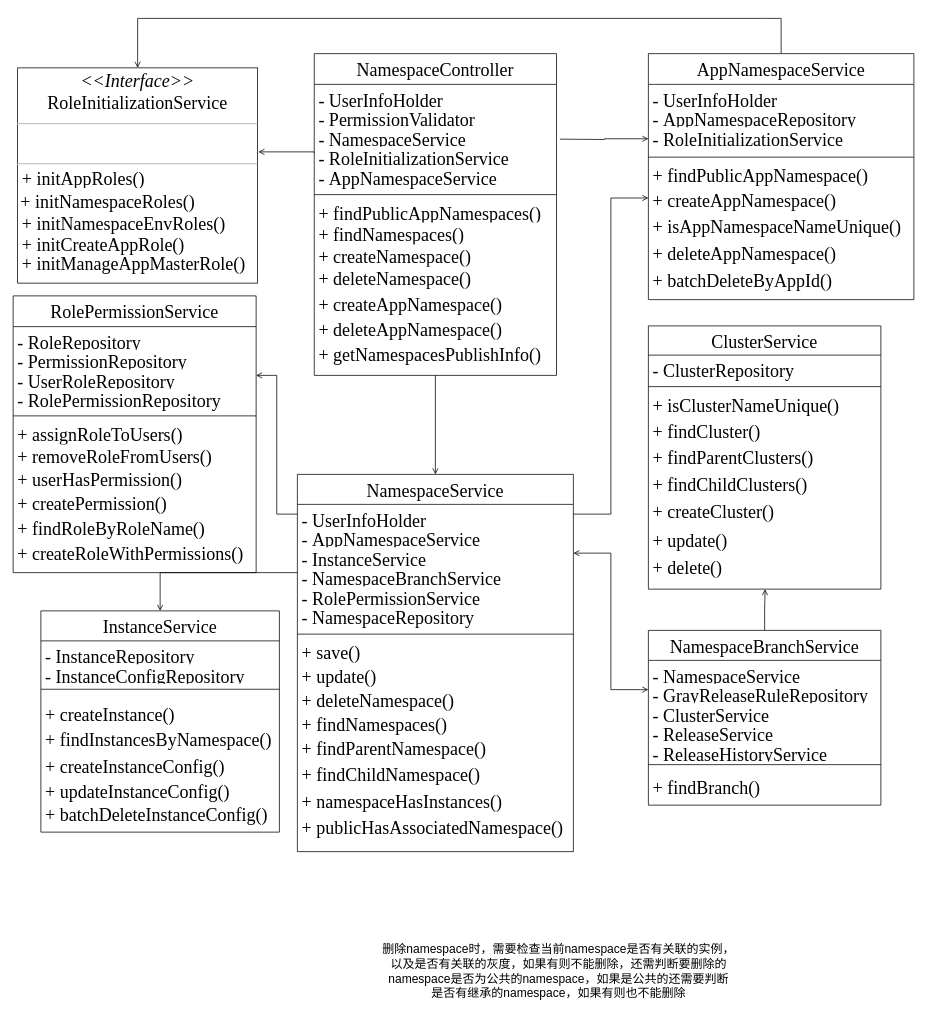
Above: page "namespace" (4 of 12) of Untitled Diagram.drawio in WWj5921/ConfigCenter (draw.io), before the change. Source tidied: cells renumbered, new cells numbered last; positions are measured from the earlier drawing's top-left corner, leaving out a move shared by most shapes. Both pictures are drawn from the tidied source at 75%, with x=0, y=0 at pixel (13, 18).
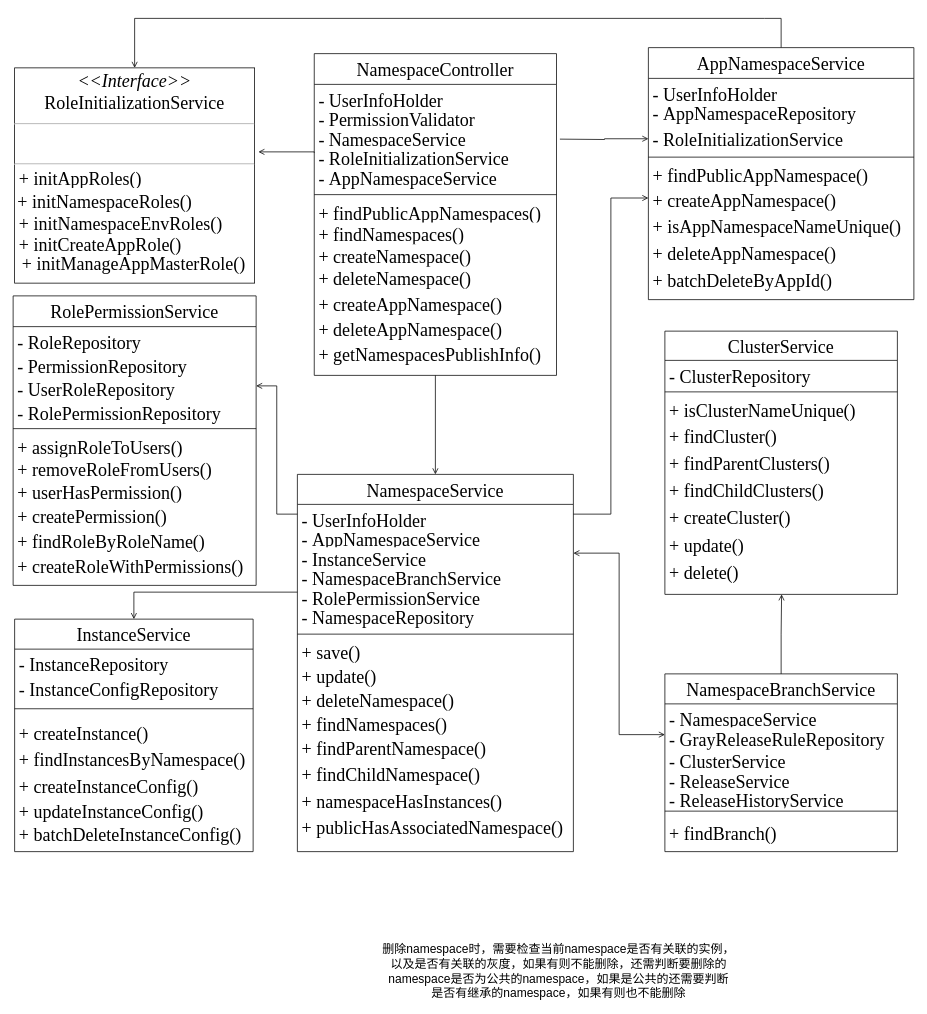
Above is the later version.

The change refers to these unchanged cells:
```xml
<mxCell id="21" value="- NamespaceBranchService" style="text;strokeColor=none;fillColor=none;align=left;verticalAlign=top;spacingLeft=4;spacingRight=4;overflow=hidden;points=[[0,0.5],[1,0.5]];portConstraint=eastwest;fontSize=24;fontFamily=Times New Roman;" parent="17" vertex="1">
  <mxGeometry y="118" width="368" height="26" as="geometry" />
</mxCell>
<mxCell id="22" value="- RolePermissionService" style="text;strokeColor=none;fillColor=none;align=left;verticalAlign=top;spacingLeft=4;spacingRight=4;overflow=hidden;points=[[0,0.5],[1,0.5]];portConstraint=eastwest;fontSize=24;fontFamily=Times New Roman;" parent="17" vertex="1">
  <mxGeometry y="144" width="368" height="26" as="geometry" />
</mxCell>
```

What changed in the source:
```diff
@@
     <mxCell id="34" value="AppNamespaceService" style="swimlane;fontStyle=0;align=center;verticalAlign=top;horizontal=1;startSize=41;fontSize=24;fontFamily=Times New Roman;" parent="1" vertex="1">
-      <mxGeometry x="847" y="47" width="354" height="328" as="geometry" />
+      <mxGeometry x="847" y="39" width="354" height="336" as="geometry" />
     </mxCell>
@@
     <mxCell id="36" value="- AppNamespaceRepository" style="text;strokeColor=none;fillColor=none;align=left;verticalAlign=top;spacingLeft=4;spacingRight=4;overflow=hidden;fontSize=24;fontFamily=Times New Roman;" parent="34" vertex="1">
-      <mxGeometry y="67" width="354" height="26" as="geometry" />
+      <mxGeometry y="67" width="354" height="34" as="geometry" />
     </mxCell>
     <mxCell id="37" value="- RoleInitializationService" style="text;strokeColor=none;fillColor=none;align=left;verticalAlign=top;spacingLeft=4;spacingRight=4;overflow=hidden;points=[[0,0.5],[1,0.5]];portConstraint=eastwest;fontSize=24;fontFamily=Times New Roman;" parent="34" vertex="1">
-      <mxGeometry y="93" width="354" height="41" as="geometry" />
+      <mxGeometry y="101" width="354" height="41" as="geometry" />
     </mxCell>
     <mxCell id="38" style="line;strokeWidth=1;fillColor=none;align=left;verticalAlign=middle;spacingTop=-1;spacingLeft=3;spacingRight=3;labelPosition=right;fontSize=24;fontFamily=Times New Roman;" parent="34" vertex="1">
-      <mxGeometry y="134" width="354" height="8" as="geometry" />
+      <mxGeometry y="142" width="354" height="8" as="geometry" />
     </mxCell>
     <mxCell id="39" value="+ findPublicAppNamespace()" style="text;strokeColor=none;fillColor=none;align=left;verticalAlign=top;spacingLeft=4;spacingRight=4;overflow=hidden;fontSize=24;fontFamily=Times New Roman;" parent="34" vertex="1">
-      <mxGeometry y="142" width="354" height="33" as="geometry" />
+      <mxGeometry y="150" width="354" height="33" as="geometry" />
     </mxCell>
     <mxCell id="40" value="+ createAppNamespace()" style="text;strokeColor=none;fillColor=none;align=left;verticalAlign=top;spacingLeft=4;spacingRight=4;overflow=hidden;points=[[0,0.5],[1,0.5]];portConstraint=eastwest;fontSize=24;fontFamily=Times New Roman;" parent="34" vertex="1">
-      <mxGeometry y="175" width="354" height="35" as="geometry" />
+      <mxGeometry y="183" width="354" height="35" as="geometry" />
     </mxCell>
     <mxCell id="41" value="+ isAppNamespaceNameUnique()" style="text;strokeColor=none;fillColor=none;align=left;verticalAlign=top;spacingLeft=4;spacingRight=4;overflow=hidden;fontSize=24;fontFamily=Times New Roman;" parent="34" vertex="1">
-      <mxGeometry y="210" width="354" height="35" as="geometry" />
+      <mxGeometry y="218" width="354" height="35" as="geometry" />
     </mxCell>
     <mxCell id="42" value="+ deleteAppNamespace()" style="text;strokeColor=none;fillColor=none;align=left;verticalAlign=top;spacingLeft=4;spacingRight=4;overflow=hidden;fontSize=24;fontFamily=Times New Roman;" parent="34" vertex="1">
-      <mxGeometry y="245" width="354" height="37" as="geometry" />
+      <mxGeometry y="253" width="354" height="37" as="geometry" />
     </mxCell>
     <mxCell id="43" value="+ batchDeleteByAppId()" style="text;strokeColor=none;fillColor=none;align=left;verticalAlign=top;spacingLeft=4;spacingRight=4;overflow=hidden;fontSize=24;fontFamily=Times New Roman;" parent="34" vertex="1">
-      <mxGeometry y="282" width="354" height="46" as="geometry" />
+      <mxGeometry y="290" width="354" height="46" as="geometry" />
     </mxCell>
     <mxCell id="44" value="InstanceService" style="swimlane;fontStyle=0;align=center;verticalAlign=top;horizontal=1;startSize=40;fontSize=24;fontFamily=Times New Roman;" parent="1" vertex="1">
-      <mxGeometry x="37" y="790" width="318" height="295" as="geometry" />
+      <mxGeometry x="2" y="801" width="318" height="310" as="geometry" />
     </mxCell>
     <mxCell id="45" value="- InstanceRepository" style="text;strokeColor=none;fillColor=none;align=left;verticalAlign=top;spacingLeft=4;spacingRight=4;overflow=hidden;fontSize=24;fontFamily=Times New Roman;" parent="44" vertex="1">
-      <mxGeometry y="40" width="318" height="26" as="geometry" />
+      <mxGeometry y="40" width="318" height="33" as="geometry" />
     </mxCell>
     <mxCell id="46" value="- InstanceConfigRepository" style="text;strokeColor=none;fillColor=none;align=left;verticalAlign=top;spacingLeft=4;spacingRight=4;overflow=hidden;fontSize=24;fontFamily=Times New Roman;" parent="44" vertex="1">
-      <mxGeometry y="66" width="318" height="26" as="geometry" />
+      <mxGeometry y="73" width="318" height="34" as="geometry" />
     </mxCell>
     <mxCell id="47" style="line;strokeWidth=1;fillColor=none;align=left;verticalAlign=middle;spacingTop=-1;spacingLeft=3;spacingRight=3;labelPosition=right;fontSize=24;fontFamily=Times New Roman;" parent="44" vertex="1">
-      <mxGeometry y="92" width="318" height="25" as="geometry" />
+      <mxGeometry y="107" width="318" height="25" as="geometry" />
     </mxCell>
     <mxCell id="48" value="+ createInstance()" style="text;strokeColor=none;fillColor=none;align=left;verticalAlign=top;spacingLeft=4;spacingRight=4;overflow=hidden;fontSize=24;fontFamily=Times New Roman;" parent="44" vertex="1">
-      <mxGeometry y="117" width="318" height="34" as="geometry" />
+      <mxGeometry y="132" width="318" height="34" as="geometry" />
     </mxCell>
     <mxCell id="49" value="+ findInstancesByNamespace()" style="text;strokeColor=none;fillColor=none;align=left;verticalAlign=top;spacingLeft=4;spacingRight=4;overflow=hidden;fontSize=24;fontFamily=Times New Roman;" parent="44" vertex="1">
-      <mxGeometry y="151" width="318" height="36" as="geometry" />
+      <mxGeometry y="166" width="318" height="36" as="geometry" />
     </mxCell>
     <mxCell id="50" value="+ createInstanceConfig()" style="text;strokeColor=none;fillColor=none;align=left;verticalAlign=top;spacingLeft=4;spacingRight=4;overflow=hidden;fontSize=24;fontFamily=Times New Roman;" parent="44" vertex="1">
-      <mxGeometry y="187" width="318" height="33" as="geometry" />
+      <mxGeometry y="202" width="318" height="33" as="geometry" />
     </mxCell>
     <mxCell id="51" value="+ updateInstanceConfig()" style="text;strokeColor=none;fillColor=none;align=left;verticalAlign=top;spacingLeft=4;spacingRight=4;overflow=hidden;fontSize=24;fontFamily=Times New Roman;" parent="44" vertex="1">
-      <mxGeometry y="220" width="318" height="31" as="geometry" />
+      <mxGeometry y="235" width="318" height="31" as="geometry" />
     </mxCell>
     <mxCell id="52" value="+ batchDeleteInstanceConfig()" style="text;strokeColor=none;fillColor=none;align=left;verticalAlign=top;spacingLeft=4;spacingRight=4;overflow=hidden;fontSize=24;fontFamily=Times New Roman;" parent="44" vertex="1">
-      <mxGeometry y="251" width="318" height="44" as="geometry" />
+      <mxGeometry y="266" width="318" height="44" as="geometry" />
     </mxCell>
@@
     <mxCell id="54" value="NamespaceBranchService" style="swimlane;fontStyle=0;align=center;verticalAlign=top;horizontal=1;startSize=40;fontSize=24;fontFamily=Times New Roman;" parent="1" vertex="1">
-      <mxGeometry x="847" y="816" width="310" height="233" as="geometry" />
+      <mxGeometry x="869" y="874" width="310" height="237" as="geometry" />
     </mxCell>
@@
     <mxCell id="56" value="- GrayReleaseRuleRepository" style="text;strokeColor=none;fillColor=none;align=left;verticalAlign=top;spacingLeft=4;spacingRight=4;overflow=hidden;points=[[0,0.5],[1,0.5]];portConstraint=eastwest;fontSize=24;fontFamily=Times New Roman;" parent="54" vertex="1">
-      <mxGeometry y="66" width="310" height="26" as="geometry" />
+      <mxGeometry y="66" width="310" height="30" as="geometry" />
     </mxCell>
     <mxCell id="57" value="- ClusterService" style="text;strokeColor=none;fillColor=none;align=left;verticalAlign=top;spacingLeft=4;spacingRight=4;overflow=hidden;fontSize=24;fontFamily=Times New Roman;" parent="54" vertex="1">
-      <mxGeometry y="92" width="310" height="26" as="geometry" />
+      <mxGeometry y="96" width="310" height="26" as="geometry" />
     </mxCell>
     <mxCell id="58" value="- ReleaseService" style="text;strokeColor=none;fillColor=none;align=left;verticalAlign=top;spacingLeft=4;spacingRight=4;overflow=hidden;fontSize=24;fontFamily=Times New Roman;" parent="54" vertex="1">
-      <mxGeometry y="118" width="310" height="26" as="geometry" />
+      <mxGeometry y="122" width="310" height="26" as="geometry" />
     </mxCell>
     <mxCell id="59" value="- ReleaseHistoryService" style="text;strokeColor=none;fillColor=none;align=left;verticalAlign=top;spacingLeft=4;spacingRight=4;overflow=hidden;fontSize=24;fontFamily=Times New Roman;" parent="54" vertex="1">
-      <mxGeometry y="144" width="310" height="26" as="geometry" />
+      <mxGeometry y="148" width="310" height="26" as="geometry" />
     </mxCell>
     <mxCell id="60" style="line;strokeWidth=1;fillColor=none;align=left;verticalAlign=middle;spacingTop=-1;spacingLeft=3;spacingRight=3;labelPosition=right;fontSize=24;fontFamily=Times New Roman;" parent="54" vertex="1">
-      <mxGeometry y="170" width="310" height="18" as="geometry" />
+      <mxGeometry y="174" width="310" height="18" as="geometry" />
     </mxCell>
     <mxCell id="61" value="+ findBranch()" style="text;strokeColor=none;fillColor=none;align=left;verticalAlign=top;spacingLeft=4;spacingRight=4;overflow=hidden;fontSize=24;fontFamily=Times New Roman;" parent="54" vertex="1">
-      <mxGeometry y="188" width="310" height="45" as="geometry" />
+      <mxGeometry y="192" width="310" height="45" as="geometry" />
     </mxCell>
@@
     <mxCell id="63" value="ClusterService" style="swimlane;fontStyle=0;align=center;verticalAlign=top;horizontal=1;startSize=39;fontSize=24;fontFamily=Times New Roman;" parent="1" vertex="1">
-      <mxGeometry x="847" y="410" width="310" height="351" as="geometry" />
+      <mxGeometry x="869" y="417" width="310" height="351" as="geometry" />
     </mxCell>
@@
     <mxCell id="73" value="&lt;p style=&quot;margin: 4px 0px 0px; text-align: center; font-size: 24px;&quot;&gt;&lt;i style=&quot;font-size: 24px;&quot;&gt;&amp;lt;&amp;lt;Interface&amp;gt;&amp;gt;&lt;/i&gt;&lt;br style=&quot;font-size: 24px;&quot;&gt;&lt;span style=&quot;font-size: 24px;&quot;&gt;RoleInitializationService&lt;/span&gt;&lt;br style=&quot;font-size: 24px;&quot;&gt;&lt;/p&gt;&lt;hr style=&quot;font-size: 24px;&quot;&gt;&lt;p style=&quot;margin: 0px 0px 0px 4px; font-size: 24px;&quot;&gt;&lt;br style=&quot;font-size: 24px;&quot;&gt;&lt;/p&gt;&lt;hr style=&quot;font-size: 24px;&quot;&gt;&lt;p style=&quot;margin: 0px 0px 0px 4px; font-size: 24px;&quot;&gt;&lt;br style=&quot;font-size: 24px;&quot;&gt;&lt;/p&gt;&lt;p style=&quot;margin: 0px 0px 0px 4px; font-size: 24px;&quot;&gt;&lt;br style=&quot;font-size: 24px;&quot;&gt;&lt;/p&gt;&lt;p style=&quot;margin: 0px 0px 0px 4px; font-size: 24px;&quot;&gt;&lt;span style=&quot;color: rgb(255, 198, 109); background-color: rgb(43, 43, 43); font-size: 24px;&quot;&gt;&lt;br style=&quot;font-size: 24px;&quot;&gt;&lt;/span&gt;&lt;/p&gt;&lt;p style=&quot;margin: 0px 0px 0px 4px; font-size: 24px;&quot;&gt;&lt;br style=&quot;font-size: 24px;&quot;&gt;&lt;/p&gt;" style="verticalAlign=top;align=left;overflow=fill;fontSize=24;fontFamily=Times New Roman;html=1;" parent="1" vertex="1">
-      <mxGeometry x="6" y="66" width="320" height="287" as="geometry" />
+      <mxGeometry x="2" y="66" width="320" height="287" as="geometry" />
     </mxCell>
     <mxCell id="74" value="+ initAppRoles()" style="text;strokeColor=none;fillColor=none;align=left;verticalAlign=top;spacingLeft=4;spacingRight=4;overflow=hidden;fontSize=24;fontFamily=Times New Roman;" parent="1" vertex="1">
-      <mxGeometry x="6" y="193" width="218" height="28" as="geometry" />
+      <mxGeometry x="2" y="193" width="218" height="28" as="geometry" />
     </mxCell>
     <mxCell id="75" value="+ initNamespaceRoles()&#10;" style="text;strokeColor=none;fillColor=none;align=left;verticalAlign=top;spacingLeft=4;spacingRight=4;overflow=hidden;fontSize=24;fontFamily=Times New Roman;" parent="1" vertex="1">
-      <mxGeometry x="4" y="223" width="277" height="33" as="geometry" />
+      <mxGeometry y="223" width="277" height="33" as="geometry" />
     </mxCell>
     <mxCell id="76" value="+ initNamespaceEnvRoles()" style="text;strokeColor=none;fillColor=none;align=left;verticalAlign=top;spacingLeft=4;spacingRight=4;overflow=hidden;fontSize=24;fontFamily=Times New Roman;" parent="1" vertex="1">
-      <mxGeometry x="6" y="252" width="310" height="31" as="geometry" />
+      <mxGeometry x="2" y="252" width="310" height="31" as="geometry" />
     </mxCell>
     <mxCell id="77" value="+ initCreateAppRole()" style="text;strokeColor=none;fillColor=none;align=left;verticalAlign=top;spacingLeft=4;spacingRight=4;overflow=hidden;fontSize=24;fontFamily=Times New Roman;" parent="1" vertex="1">
-      <mxGeometry x="6" y="280" width="287" height="33" as="geometry" />
+      <mxGeometry x="2" y="280" width="287" height="33" as="geometry" />
     </mxCell>
@@
     <mxCell id="79" value="RolePermissionService" style="swimlane;fontStyle=0;align=center;verticalAlign=top;horizontal=1;startSize=41;fontSize=24;fontFamily=Times New Roman;" parent="1" vertex="1">
-      <mxGeometry y="370" width="324" height="369" as="geometry" />
+      <mxGeometry y="370" width="324" height="386" as="geometry" />
     </mxCell>
     <mxCell id="80" value="- RoleRepository" style="text;strokeColor=none;fillColor=none;align=left;verticalAlign=top;spacingLeft=4;spacingRight=4;overflow=hidden;fontSize=24;fontFamily=Times New Roman;" parent="79" vertex="1">
-      <mxGeometry y="41" width="324" height="26" as="geometry" />
+      <mxGeometry y="41" width="324" height="32" as="geometry" />
     </mxCell>
     <mxCell id="81" value="- PermissionRepository" style="text;strokeColor=none;fillColor=none;align=left;verticalAlign=top;spacingLeft=4;spacingRight=4;overflow=hidden;fontSize=24;fontFamily=Times New Roman;" parent="79" vertex="1">
-      <mxGeometry y="67" width="324" height="26" as="geometry" />
+      <mxGeometry y="73" width="324" height="31" as="geometry" />
     </mxCell>
     <mxCell id="82" value="- UserRoleRepository" style="text;strokeColor=none;fillColor=none;align=left;verticalAlign=top;spacingLeft=4;spacingRight=4;overflow=hidden;points=[[0,0.5],[1,0.5]];portConstraint=eastwest;fontSize=24;fontFamily=Times New Roman;" parent="79" vertex="1">
-      <mxGeometry y="93" width="324" height="26" as="geometry" />
+      <mxGeometry y="104" width="324" height="32" as="geometry" />
     </mxCell>
     <mxCell id="83" value="- RolePermissionRepository" style="text;strokeColor=none;fillColor=none;align=left;verticalAlign=top;spacingLeft=4;spacingRight=4;overflow=hidden;fontSize=24;fontFamily=Times New Roman;" parent="79" vertex="1">
-      <mxGeometry y="119" width="324" height="37" as="geometry" />
+      <mxGeometry y="136" width="324" height="37" as="geometry" />
     </mxCell>
     <mxCell id="84" style="line;strokeWidth=1;fillColor=none;align=left;verticalAlign=middle;spacingTop=-1;spacingLeft=3;spacingRight=3;labelPosition=right;fontSize=24;fontFamily=Times New Roman;" parent="79" vertex="1">
-      <mxGeometry y="156" width="324" height="8" as="geometry" />
+      <mxGeometry y="173" width="324" height="8" as="geometry" />
     </mxCell>
     <mxCell id="85" value="+ assignRoleToUsers()" style="text;strokeColor=none;fillColor=none;align=left;verticalAlign=top;spacingLeft=4;spacingRight=4;overflow=hidden;fontSize=24;fontFamily=Times New Roman;" parent="79" vertex="1">
-      <mxGeometry y="164" width="324" height="29" as="geometry" />
+      <mxGeometry y="181" width="324" height="29" as="geometry" />
     </mxCell>
     <mxCell id="86" value="+ removeRoleFromUsers()" style="text;strokeColor=none;fillColor=none;align=left;verticalAlign=top;spacingLeft=4;spacingRight=4;overflow=hidden;fontSize=24;fontFamily=Times New Roman;" parent="79" vertex="1">
-      <mxGeometry y="193" width="324" height="31" as="geometry" />
+      <mxGeometry y="210" width="324" height="31" as="geometry" />
     </mxCell>
     <mxCell id="87" value="+ userHasPermission()" style="text;strokeColor=none;fillColor=none;align=left;verticalAlign=top;spacingLeft=4;spacingRight=4;overflow=hidden;fontSize=24;fontFamily=Times New Roman;" parent="79" vertex="1">
-      <mxGeometry y="224" width="324" height="32" as="geometry" />
+      <mxGeometry y="241" width="324" height="32" as="geometry" />
     </mxCell>
     <mxCell id="88" value="+ createPermission()" style="text;strokeColor=none;fillColor=none;align=left;verticalAlign=top;spacingLeft=4;spacingRight=4;overflow=hidden;fontSize=24;fontFamily=Times New Roman;" parent="79" vertex="1">
-      <mxGeometry y="256" width="324" height="33" as="geometry" />
+      <mxGeometry y="273" width="324" height="33" as="geometry" />
     </mxCell>
     <mxCell id="89" value="+ findRoleByRoleName()" style="text;strokeColor=none;fillColor=none;align=left;verticalAlign=top;spacingLeft=4;spacingRight=4;overflow=hidden;fontSize=24;fontFamily=Times New Roman;" parent="79" vertex="1">
-      <mxGeometry y="289" width="324" height="34" as="geometry" />
+      <mxGeometry y="306" width="324" height="34" as="geometry" />
     </mxCell>
     <mxCell id="90" value="+ createRoleWithPermissions()" style="text;strokeColor=none;fillColor=none;align=left;verticalAlign=top;spacingLeft=4;spacingRight=4;overflow=hidden;fontSize=24;fontFamily=Times New Roman;" parent="79" vertex="1">
-      <mxGeometry y="323" width="324" height="46" as="geometry" />
+      <mxGeometry y="340" width="324" height="46" as="geometry" />
     </mxCell>
@@
-    <mxCell id="96" style="edgeStyle=orthogonalEdgeStyle;rounded=0;jettySize=auto;html=1;fontFamily=Times New Roman;fontSize=24;fontColor=#001C38;startArrow=none;startFill=0;endArrow=open;endFill=0;strokeWidth=1;" parent="1" edge="1" source="21" target="44">
+    <mxCell id="96" style="edgeStyle=orthogonalEdgeStyle;rounded=0;jettySize=auto;html=1;fontFamily=Times New Roman;fontSize=24;fontColor=#001C38;startArrow=none;startFill=0;endArrow=open;endFill=0;strokeWidth=1;exitX=0;exitY=0.5;exitDx=0;exitDy=0;" parent="1" edge="1" source="22" target="44">
       <mxGeometry relative="1" as="geometry" />
     </mxCell>
```
